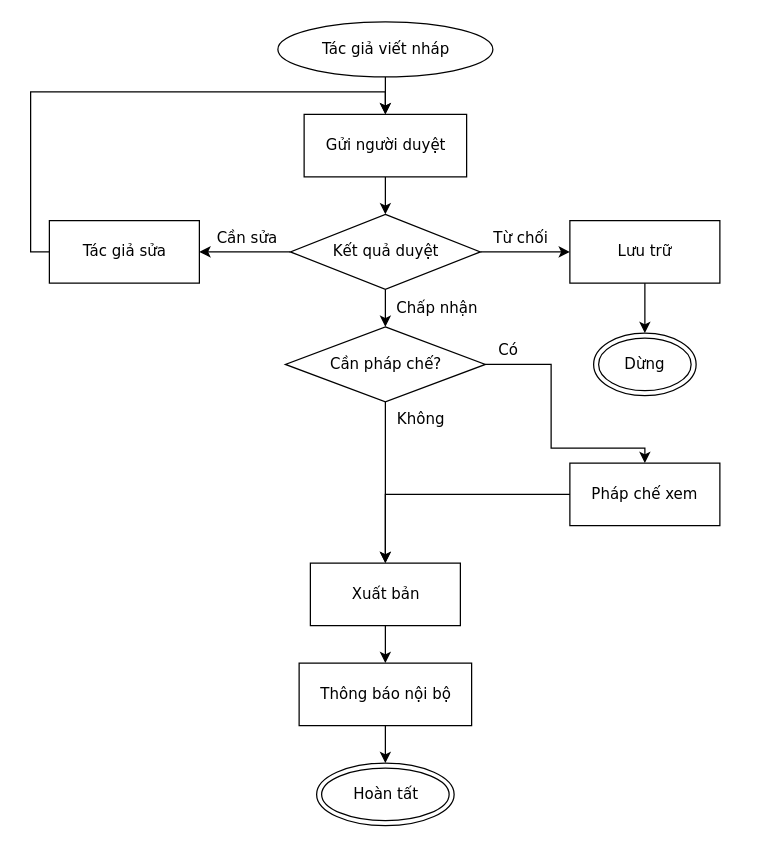
Above: conformance/golden/mermaid/07-duyet-tai-lieu.drawio in luytbq/flowcast (draw.io), before the change. Source tidied: cells renumbered, new cells numbered last; positions are measured from the earlier drawing's top-left corner, leaving out a move shared by most shapes. Both pictures are drawn from the tidied source at 125%, with x=0, y=0 at pixel (30, 21).
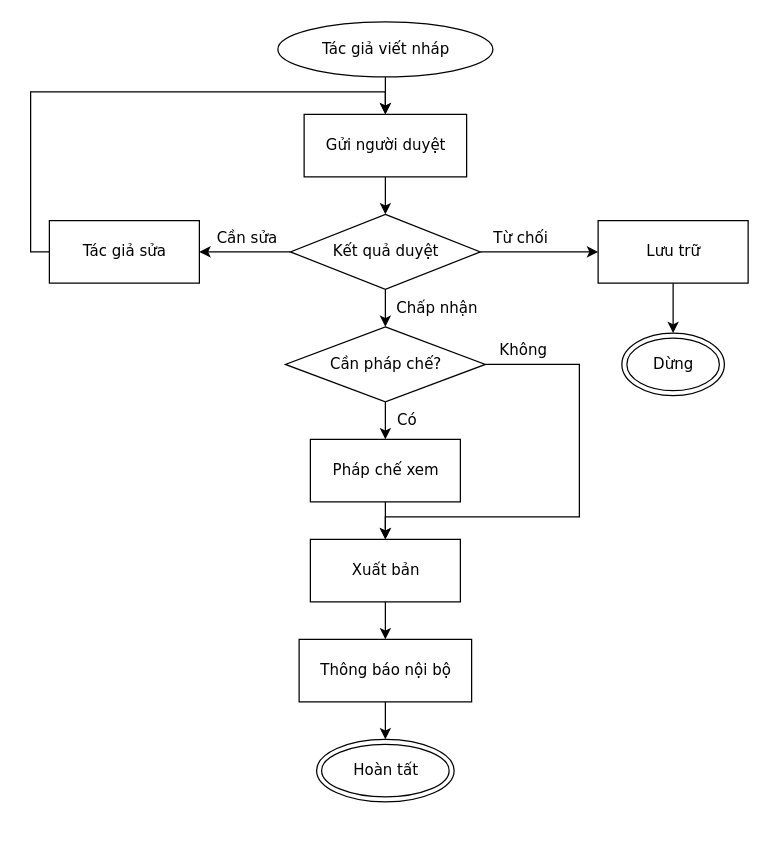
The same page after the edit.

The change refers to these unchanged cells:
```xml
<mxCell id="4" value="Kết quả duyệt" style="rhombus;html=1;fontFamily=Verdana;fontSize=12;flowtable=1;" parent="1" vertex="1">
  <mxGeometry x="207.8" y="154" width="152" height="60" as="geometry" />
</mxCell>
<mxCell id="8" value="Cần pháp chế?" style="rhombus;html=1;fontFamily=Verdana;fontSize=12;flowtable=1;" parent="1" vertex="1">
  <mxGeometry x="203.8" y="244" width="160" height="60" as="geometry" />
</mxCell>
```

The edit, as a diff of the source:
```diff
@@
     <mxCell id="6" value="Lưu trữ" style="rounded=0;html=1;fontFamily=Verdana;fontSize=12;flowtable=1;" parent="1" vertex="1">
-      <mxGeometry x="431.4" y="159" width="120" height="50" as="geometry" />
+      <mxGeometry x="454" y="159" width="120" height="50" as="geometry" />
     </mxCell>
     <mxCell id="7" value="Dừng" style="shape=doubleEllipse;html=1;fontFamily=Verdana;fontSize=12;flowtable=1;" parent="1" vertex="1">
-      <mxGeometry x="450.4" y="249" width="82" height="50" as="geometry" />
+      <mxGeometry x="473" y="249" width="82" height="50" as="geometry" />
     </mxCell>
@@
     <mxCell id="9" value="Pháp chế xem" style="rounded=0;html=1;fontFamily=Verdana;fontSize=12;flowtable=1;" parent="1" vertex="1">
-      <mxGeometry x="431.4" y="353" width="120" height="50" as="geometry" />
+      <mxGeometry x="223.8" y="334" width="120" height="50" as="geometry" />
     </mxCell>
     <mxCell id="10" value="Xuất bản" style="rounded=0;html=1;fontFamily=Verdana;fontSize=12;flowtable=1;" parent="1" vertex="1">
-      <mxGeometry x="223.8" y="433" width="120" height="50" as="geometry" />
+      <mxGeometry x="223.8" y="414" width="120" height="50" as="geometry" />
     </mxCell>
     <mxCell id="11" value="Thông báo nội bộ" style="rounded=0;html=1;fontFamily=Verdana;fontSize=12;flowtable=1;" parent="1" vertex="1">
-      <mxGeometry x="214.8" y="513" width="138" height="50" as="geometry" />
+      <mxGeometry x="214.8" y="494" width="138" height="50" as="geometry" />
     </mxCell>
     <mxCell id="12" value="Hoàn tất" style="shape=doubleEllipse;html=1;fontFamily=Verdana;fontSize=12;flowtable=1;" parent="1" vertex="1">
-      <mxGeometry x="228.8" y="593" width="110" height="50" as="geometry" />
+      <mxGeometry x="228.8" y="574" width="110" height="50" as="geometry" />
     </mxCell>
@@
     <mxCell id="16" value="Từ chối" style="edgeStyle=orthogonalEdgeStyle;rounded=0;jettySize=auto;html=1;labelBackgroundColor=default;exitX=1;exitY=0.5;exitDx=0;exitDy=0;entryX=0;entryY=0.5;entryDx=0;entryDy=0;fontFamily=Verdana;fontSize=12;flowtable=1;" parent="1" edge="1" source="4" target="6">
-      <mxGeometry x="-0.11" relative="1" as="geometry">
+      <mxGeometry x="-0.32" relative="1" as="geometry">
         <mxPoint y="-11.5" as="offset" />
       </mxGeometry>
     </mxCell>
@@
-    <mxCell id="20" value="Có" style="edgeStyle=orthogonalEdgeStyle;rounded=0;jettySize=auto;html=1;labelBackgroundColor=default;exitX=1;exitY=0.5;exitDx=0;exitDy=0;entryX=0.5;entryY=0;entryDx=0;entryDy=0;fontFamily=Verdana;fontSize=12;flowtable=1;" parent="1" edge="1" source="8" target="9">
-      <mxGeometry x="-0.83" relative="1" as="geometry">
-        <Array as="points">
-          <mxPoint x="416.4" y="274" />
-          <mxPoint x="416.4" y="341" />
-          <mxPoint x="491.4" y="341" />
-        </Array>
-        <mxPoint y="-11.5" as="offset" />
+    <mxCell id="20" value="Có" style="edgeStyle=orthogonalEdgeStyle;rounded=0;jettySize=auto;html=1;labelBackgroundColor=default;exitX=0.5;exitY=1;exitDx=0;exitDy=0;entryX=0.5;entryY=0;entryDx=0;entryDy=0;fontFamily=Verdana;fontSize=12;flowtable=1;" parent="1" edge="1" source="8" target="9">
+      <mxGeometry x="-0.03" relative="1" as="geometry">
+        <mxPoint x="16.8" as="offset" />
       </mxGeometry>
     </mxCell>
-    <mxCell id="21" value="Không" style="edgeStyle=orthogonalEdgeStyle;rounded=0;jettySize=auto;html=1;labelBackgroundColor=default;exitX=0.5;exitY=1;exitDx=0;exitDy=0;entryX=0.5;entryY=0;entryDx=0;entryDy=0;fontFamily=Verdana;fontSize=12;flowtable=1;" parent="1" edge="1" source="8" target="10">
-      <mxGeometry x="-0.78" relative="1" as="geometry">
-        <mxPoint x="28.1" as="offset" />
+    <mxCell id="21" value="Không" style="edgeStyle=orthogonalEdgeStyle;rounded=0;jettySize=auto;html=1;labelBackgroundColor=default;exitX=1;exitY=0.5;exitDx=0;exitDy=0;entryX=0.5;entryY=0;entryDx=0;entryDy=0;fontFamily=Verdana;fontSize=12;flowtable=1;" parent="1" edge="1" source="8" target="10">
+      <mxGeometry x="-0.84" relative="1" as="geometry">
+        <Array as="points">
+          <mxPoint x="439" y="274" />
+          <mxPoint x="439" y="396" />
+          <mxPoint x="283.8" y="396" />
+        </Array>
+        <mxPoint y="-11.5" as="offset" />
       </mxGeometry>
     </mxCell>
-    <mxCell id="22" style="edgeStyle=orthogonalEdgeStyle;rounded=0;jettySize=auto;html=1;labelBackgroundColor=default;exitX=0;exitY=0.5;exitDx=0;exitDy=0;entryX=0.5;entryY=0;entryDx=0;entryDy=0;fontFamily=Verdana;fontSize=12;flowtable=1;" parent="1" edge="1" source="9" target="10">
-      <mxGeometry relative="1" as="geometry">
-        <Array as="points">
-          <mxPoint x="283.8" y="378" />
-        </Array>
-      </mxGeometry>
+    <mxCell id="22" style="edgeStyle=orthogonalEdgeStyle;rounded=0;jettySize=auto;html=1;labelBackgroundColor=default;exitX=0.5;exitY=1;exitDx=0;exitDy=0;entryX=0.5;entryY=0;entryDx=0;entryDy=0;fontFamily=Verdana;fontSize=12;flowtable=1;" parent="1" edge="1" source="9" target="10">
+      <mxGeometry relative="1" as="geometry" />
     </mxCell>
```
